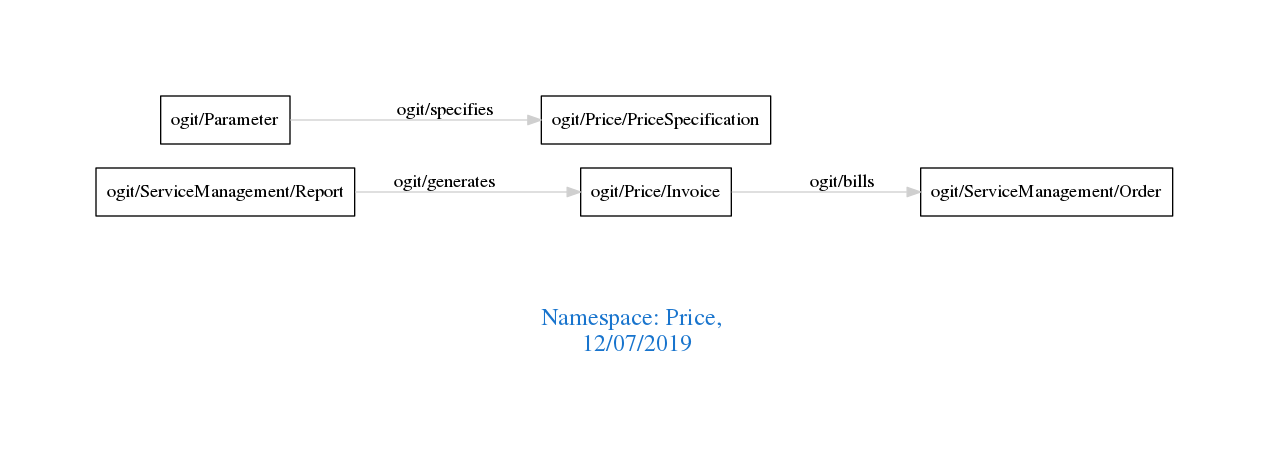
Earlier version of the Graphviz export downloads/Price.png (arago/OGIT). Its source is kept beside it as downloads/Price.dot.
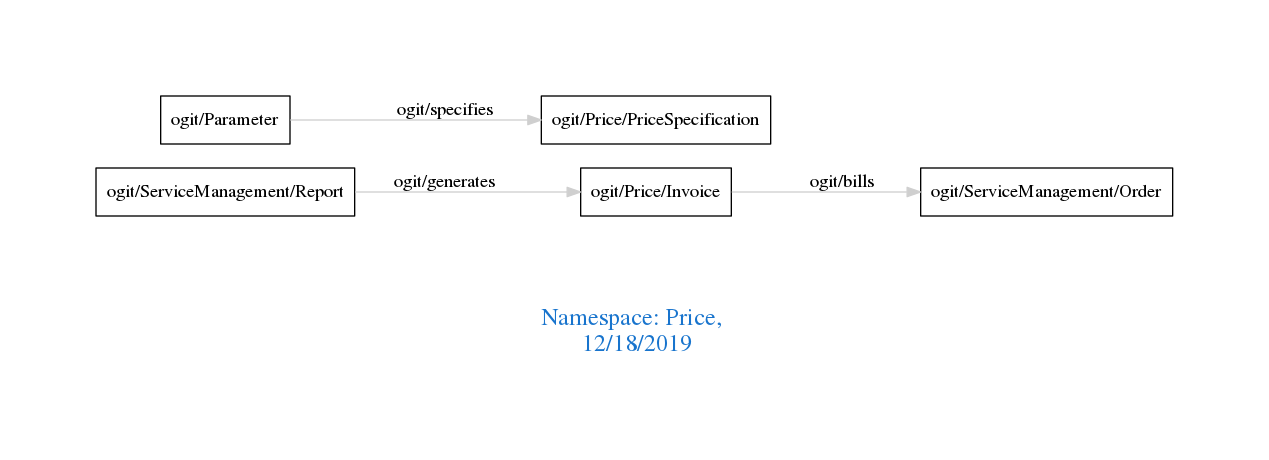
After the change.

Diff of the diagram source:
```diff
@@ -1,7 +1,7 @@
 digraph OGIT_ontology {
  graph [ rankdir= LR,pad=1
 fontsize = 18,
-fontcolor= dodgerblue3,label = "\n\n\nNamespace: Price, \n 12/07/2019"];
+fontcolor= dodgerblue3,label = "\n\n\nNamespace: Price, \n 12/18/2019"];
 node[shape=polygon];
 edge [  color="gray81"];
 
```
